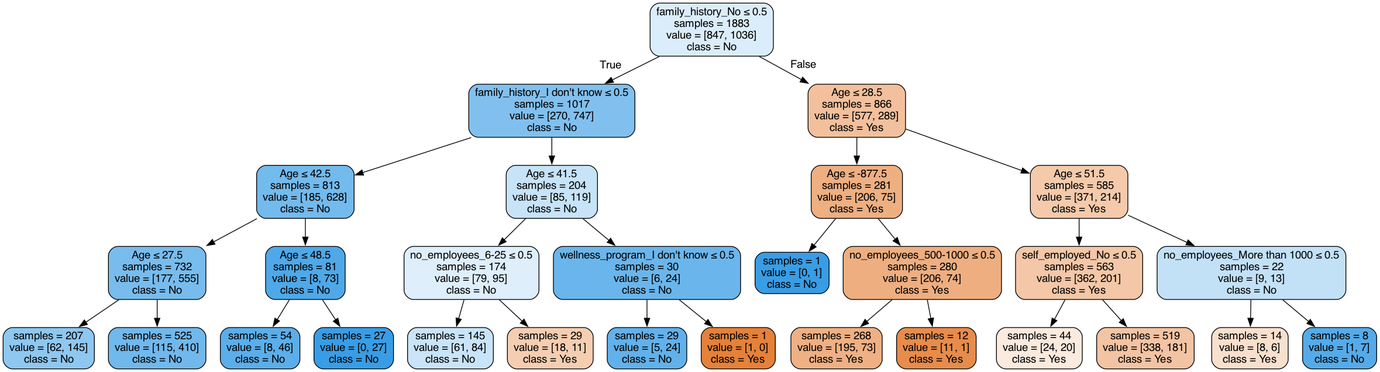
This is output/tree.gv.png from cadej09/CSE-163-Final-Project, a Graphviz export, as it was before one commit. Its source is kept beside it as output/tree.gv.
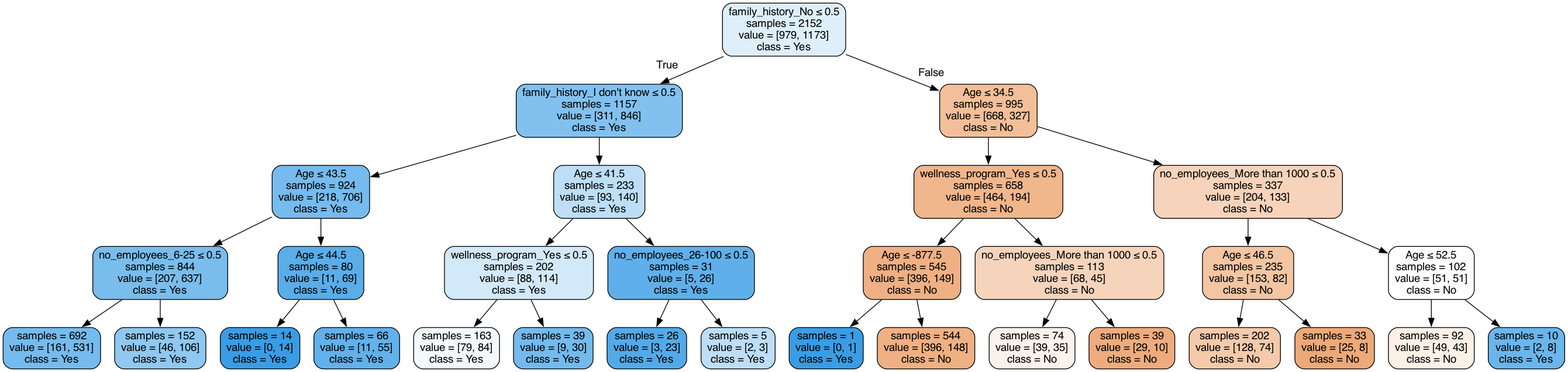
After the commit.

Change to the diagram source:
```diff
@@ -1,61 +1,65 @@
 digraph Tree {
 node [shape=box, style="filled, rounded", color="black", fontname="helvetica"] ;
 edge [fontname="helvetica"] ;
-0 [label=<family_history_No &le; 0.5<br/>samples = 1883<br/>value = [847, 1036]<br/>class = No>, fillcolor="#dbedfa"] ;
-1 [label=<family_history_I don't know &le; 0.5<br/>samples = 1017<br/>value = [270, 747]<br/>class = No>, fillcolor="#81c0ee"] ;
+0 [label=<family_history_No &le; 0.5<br/>samples = 2152<br/>value = [979, 1173]<br/>class = Yes>, fillcolor="#deeffb"] ;
+1 [label=<family_history_I don't know &le; 0.5<br/>samples = 1157<br/>value = [311, 846]<br/>class = Yes>, fillcolor="#82c1ef"] ;
 0 -> 1 [labeldistance=2.5, labelangle=45, headlabel="True"] ;
-2 [label=<Age &le; 42.5<br/>samples = 813<br/>value = [185, 628]<br/>class = No>, fillcolor="#73baed"] ;
+2 [label=<Age &le; 43.5<br/>samples = 924<br/>value = [218, 706]<br/>class = Yes>, fillcolor="#76bbed"] ;
 1 -> 2 ;
-3 [label=<Age &le; 27.5<br/>samples = 732<br/>value = [177, 555]<br/>class = No>, fillcolor="#78bced"] ;
+3 [label=<no_employees_6-25 &le; 0.5<br/>samples = 844<br/>value = [207, 637]<br/>class = Yes>, fillcolor="#79bded"] ;
 2 -> 3 ;
-4 [label=<samples = 207<br/>value = [62, 145]<br/>class = No>, fillcolor="#8ec7f0"] ;
+4 [label=<samples = 692<br/>value = [161, 531]<br/>class = Yes>, fillcolor="#75bbed"] ;
 3 -> 4 ;
-5 [label=<samples = 525<br/>value = [115, 410]<br/>class = No>, fillcolor="#71b8ec"] ;
+5 [label=<samples = 152<br/>value = [46, 106]<br/>class = Yes>, fillcolor="#8fc8f0"] ;
 3 -> 5 ;
-6 [label=<Age &le; 48.5<br/>samples = 81<br/>value = [8, 73]<br/>class = No>, fillcolor="#4fa8e8"] ;
+6 [label=<Age &le; 44.5<br/>samples = 80<br/>value = [11, 69]<br/>class = Yes>, fillcolor="#59ade9"] ;
 2 -> 6 ;
-7 [label=<samples = 54<br/>value = [8, 46]<br/>class = No>, fillcolor="#5baeea"] ;
+7 [label=<samples = 14<br/>value = [0, 14]<br/>class = Yes>, fillcolor="#399de5"] ;
 6 -> 7 ;
-8 [label=<samples = 27<br/>value = [0, 27]<br/>class = No>, fillcolor="#399de5"] ;
+8 [label=<samples = 66<br/>value = [11, 55]<br/>class = Yes>, fillcolor="#61b1ea"] ;
 6 -> 8 ;
-9 [label=<Age &le; 41.5<br/>samples = 204<br/>value = [85, 119]<br/>class = No>, fillcolor="#c6e3f8"] ;
+9 [label=<Age &le; 41.5<br/>samples = 233<br/>value = [93, 140]<br/>class = Yes>, fillcolor="#bddef6"] ;
 1 -> 9 ;
-10 [label=<no_employees_6-25 &le; 0.5<br/>samples = 174<br/>value = [79, 95]<br/>class = No>, fillcolor="#deeefb"] ;
+10 [label=<wellness_program_Yes &le; 0.5<br/>samples = 202<br/>value = [88, 114]<br/>class = Yes>, fillcolor="#d2e9f9"] ;
 9 -> 10 ;
-11 [label=<samples = 145<br/>value = [61, 84]<br/>class = No>, fillcolor="#c9e4f8"] ;
+11 [label=<samples = 163<br/>value = [79, 84]<br/>class = Yes>, fillcolor="#f3f9fd"] ;
 10 -> 11 ;
-12 [label=<samples = 29<br/>value = [18, 11]<br/>class = Yes>, fillcolor="#f5ceb2"] ;
+12 [label=<samples = 39<br/>value = [9, 30]<br/>class = Yes>, fillcolor="#74baed"] ;
 10 -> 12 ;
-13 [label=<wellness_program_I don't know &le; 0.5<br/>samples = 30<br/>value = [6, 24]<br/>class = No>, fillcolor="#6ab6ec"] ;
+13 [label=<no_employees_26-100 &le; 0.5<br/>samples = 31<br/>value = [5, 26]<br/>class = Yes>, fillcolor="#5fb0ea"] ;
 9 -> 13 ;
-14 [label=<samples = 29<br/>value = [5, 24]<br/>class = No>, fillcolor="#62b1ea"] ;
+14 [label=<samples = 26<br/>value = [3, 23]<br/>class = Yes>, fillcolor="#53aae8"] ;
 13 -> 14 ;
-15 [label=<samples = 1<br/>value = [1, 0]<br/>class = Yes>, fillcolor="#e58139"] ;
+15 [label=<samples = 5<br/>value = [2, 3]<br/>class = Yes>, fillcolor="#bddef6"] ;
 13 -> 15 ;
-16 [label=<Age &le; 28.5<br/>samples = 866<br/>value = [577, 289]<br/>class = Yes>, fillcolor="#f2c09c"] ;
+16 [label=<Age &le; 34.5<br/>samples = 995<br/>value = [668, 327]<br/>class = No>, fillcolor="#f2bf9a"] ;
 0 -> 16 [labeldistance=2.5, labelangle=-45, headlabel="False"] ;
-17 [label=<Age &le; -877.5<br/>samples = 281<br/>value = [206, 75]<br/>class = Yes>, fillcolor="#eeaf81"] ;
+17 [label=<wellness_program_Yes &le; 0.5<br/>samples = 658<br/>value = [464, 194]<br/>class = No>, fillcolor="#f0b68c"] ;
 16 -> 17 ;
-18 [label=<samples = 1<br/>value = [0, 1]<br/>class = No>, fillcolor="#399de5"] ;
+18 [label=<Age &le; -877.5<br/>samples = 545<br/>value = [396, 149]<br/>class = No>, fillcolor="#efb084"] ;
 17 -> 18 ;
-19 [label=<no_employees_500-1000 &le; 0.5<br/>samples = 280<br/>value = [206, 74]<br/>class = Yes>, fillcolor="#eeae80"] ;
-17 -> 19 ;
-20 [label=<samples = 268<br/>value = [195, 73]<br/>class = Yes>, fillcolor="#efb083"] ;
-19 -> 20 ;
-21 [label=<samples = 12<br/>value = [11, 1]<br/>class = Yes>, fillcolor="#e78c4b"] ;
-19 -> 21 ;
-22 [label=<Age &le; 51.5<br/>samples = 585<br/>value = [371, 214]<br/>class = Yes>, fillcolor="#f4caab"] ;
-16 -> 22 ;
-23 [label=<self_employed_No &le; 0.5<br/>samples = 563<br/>value = [362, 201]<br/>class = Yes>, fillcolor="#f3c7a7"] ;
-22 -> 23 ;
-24 [label=<samples = 44<br/>value = [24, 20]<br/>class = Yes>, fillcolor="#fbeade"] ;
-23 -> 24 ;
-25 [label=<samples = 519<br/>value = [338, 181]<br/>class = Yes>, fillcolor="#f3c4a3"] ;
-23 -> 25 ;
-26 [label=<no_employees_More than 1000 &le; 0.5<br/>samples = 22<br/>value = [9, 13]<br/>class = No>, fillcolor="#c2e1f7"] ;
-22 -> 26 ;
-27 [label=<samples = 14<br/>value = [8, 6]<br/>class = Yes>, fillcolor="#f8e0ce"] ;
-26 -> 27 ;
-28 [label=<samples = 8<br/>value = [1, 7]<br/>class = No>, fillcolor="#55abe9"] ;
-26 -> 28 ;
+19 [label=<samples = 1<br/>value = [0, 1]<br/>class = Yes>, fillcolor="#399de5"] ;
+18 -> 19 ;
+20 [label=<samples = 544<br/>value = [396, 148]<br/>class = No>, fillcolor="#efb083"] ;
+18 -> 20 ;
+21 [label=<no_employees_More than 1000 &le; 0.5<br/>samples = 113<br/>value = [68, 45]<br/>class = No>, fillcolor="#f6d4bc"] ;
+17 -> 21 ;
+22 [label=<samples = 74<br/>value = [39, 35]<br/>class = No>, fillcolor="#fcf2eb"] ;
+21 -> 22 ;
+23 [label=<samples = 39<br/>value = [29, 10]<br/>class = No>, fillcolor="#eeac7d"] ;
+21 -> 23 ;
+24 [label=<no_employees_More than 1000 &le; 0.5<br/>samples = 337<br/>value = [204, 133]<br/>class = No>, fillcolor="#f6d3ba"] ;
+16 -> 24 ;
+25 [label=<Age &le; 46.5<br/>samples = 235<br/>value = [153, 82]<br/>class = No>, fillcolor="#f3c5a3"] ;
+24 -> 25 ;
+26 [label=<samples = 202<br/>value = [128, 74]<br/>class = No>, fillcolor="#f4caab"] ;
+25 -> 26 ;
+27 [label=<samples = 33<br/>value = [25, 8]<br/>class = No>, fillcolor="#eda978"] ;
+25 -> 27 ;
+28 [label=<Age &le; 52.5<br/>samples = 102<br/>value = [51, 51]<br/>class = No>, fillcolor="#ffffff"] ;
+24 -> 28 ;
+29 [label=<samples = 92<br/>value = [49, 43]<br/>class = No>, fillcolor="#fcf0e7"] ;
+28 -> 29 ;
+30 [label=<samples = 10<br/>value = [2, 8]<br/>class = Yes>, fillcolor="#6ab6ec"] ;
+28 -> 30 ;
 }
```
